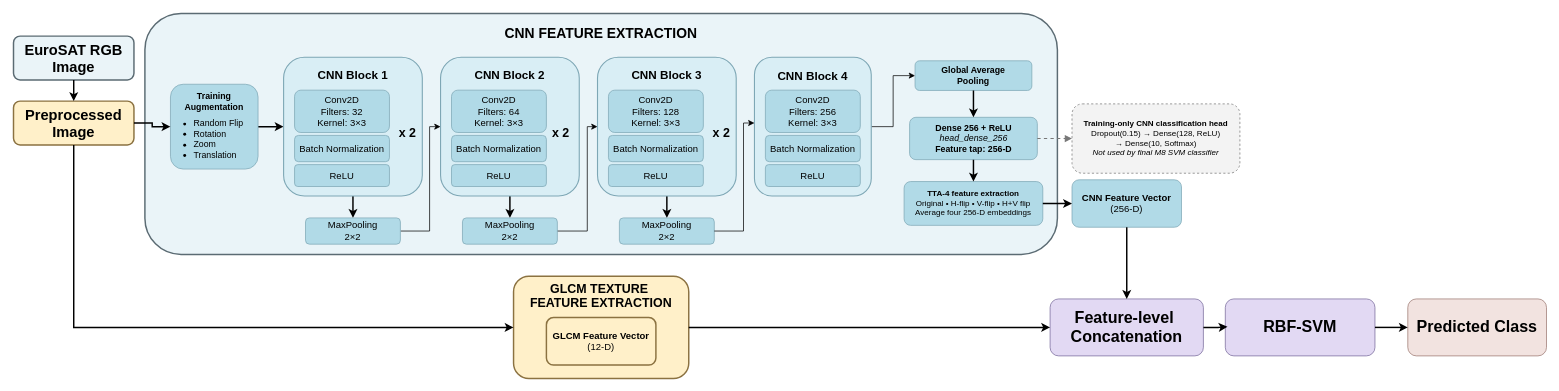
Above: m8_archi.drawio in fac010150-cyber/draw_io (draw.io), before the change. Source tidied: cells renumbered, new cells numbered last; positions are measured from the earlier drawing's top-left corner, leaving out a move shared by most shapes. Both pictures are drawn from the tidied source at 73%, with x=0, y=0 at pixel (13, 13).
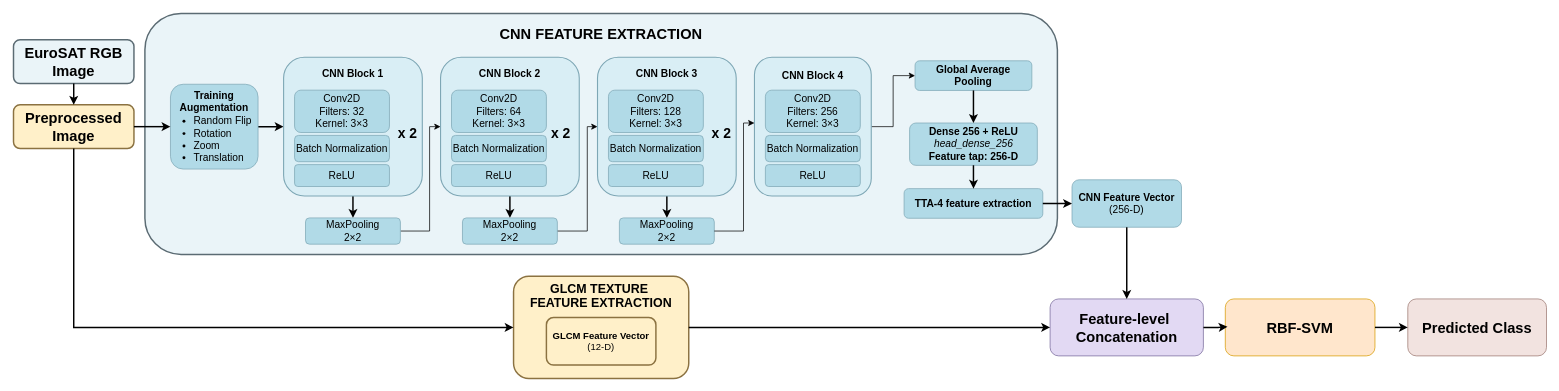
The same page after the edit.

What changed in the source:
```diff
@@
     <mxCell id="2" value="&lt;span&gt;EuroSAT RGB Image&lt;/span&gt;" style="rounded=1;whiteSpace=wrap;html=1;fillColor=#EAF4F8;strokeColor=#5B6B73;strokeWidth=2;fontSize=20;fontStyle=1;" parent="1" vertex="1">
-      <mxGeometry y="31" width="165" height="60" as="geometry" />
+      <mxGeometry y="36" width="165" height="60" as="geometry" />
     </mxCell>
     <mxCell id="3" value="&lt;div&gt;&lt;font&gt;&lt;span&gt;Preprocessed&lt;/span&gt;&lt;/font&gt;&lt;/div&gt;&lt;div&gt;&lt;font&gt;&lt;span&gt;Image&lt;/span&gt;&lt;/font&gt;&lt;/div&gt;" style="rounded=1;whiteSpace=wrap;html=1;fillColor=#FFF0C9;strokeColor=#8B7241;strokeWidth=2;fontSize=20;fontStyle=1;" parent="1" vertex="1">
-      <mxGeometry y="120" width="165" height="60" as="geometry" />
+      <mxGeometry y="125" width="165" height="60" as="geometry" />
     </mxCell>
@@
-    <mxCell id="5" value="&lt;b&gt;CNN FEATURE EXTRACTION&lt;/b&gt;" style="text;html=1;whiteSpace=wrap;strokeColor=none;fillColor=none;fontStyle=1;fontSize=19;align=center;" parent="1" vertex="1">
+    <mxCell id="5" value="&lt;b&gt;CNN FEATURE EXTRACTION&lt;/b&gt;" style="text;html=1;whiteSpace=wrap;strokeColor=none;fillColor=none;fontStyle=1;fontSize=20;align=center;" parent="1" vertex="1">
       <mxGeometry x="635" y="10" width="340" height="30" as="geometry" />
     </mxCell>
-    <mxCell id="6" style="edgeStyle=orthogonalEdgeStyle;rounded=0;jettySize=auto;html=1;entryX=0;entryY=0.5;entryDx=0;entryDy=0;strokeWidth=2;" parent="1" edge="1" source="7" target="28">
+    <mxCell id="6" style="edgeStyle=orthogonalEdgeStyle;rounded=0;jettySize=auto;html=1;entryX=0;entryY=0.5;entryDx=0;entryDy=0;strokeWidth=2;fontSize=14;" parent="1" edge="1" source="7" target="28">
       <mxGeometry relative="1" as="geometry" />
     </mxCell>
-    <mxCell id="7" style="rounded=1;whiteSpace=wrap;html=1;fillColor=#B1DAE7;strokeColor=#7EA7B5;fontSize=12;" parent="1" vertex="1">
+    <mxCell id="7" style="rounded=1;whiteSpace=wrap;html=1;fillColor=#B1DAE7;strokeColor=#7EA7B5;fontSize=14;" parent="1" vertex="1">
       <mxGeometry x="215" y="96.9" width="120" height="116.2" as="geometry" />
     </mxCell>
-    <mxCell id="8" value="&lt;b&gt;Global Average&lt;br&gt;Pooling&lt;/b&gt;" style="rounded=1;whiteSpace=wrap;html=1;fillColor=#B1DAE7;strokeColor=#7EA7B5;fontSize=12;" parent="1" vertex="1">
+    <mxCell id="8" value="&lt;b&gt;Global Average&lt;br&gt;Pooling&lt;/b&gt;" style="rounded=1;whiteSpace=wrap;html=1;fillColor=#B1DAE7;strokeColor=#7EA7B5;fontSize=14;" parent="1" vertex="1">
       <mxGeometry x="1235" y="64.8" width="160" height="40.6" as="geometry" />
     </mxCell>
-    <mxCell id="9" value="&lt;b&gt;Dense 256 + ReLU&lt;/b&gt;&lt;br&gt;&lt;i&gt;head_dense_256&lt;/i&gt;&lt;br&gt;&lt;b&gt;Feature tap: 256-D&lt;/b&gt;" style="rounded=1;whiteSpace=wrap;html=1;fillColor=#B1DAE7;strokeColor=#7EA7B5;fontSize=12;" parent="1" vertex="1">
-      <mxGeometry x="1227.5" y="142.2" width="175" height="58" as="geometry" />
+    <mxCell id="9" value="&lt;b&gt;Dense 256 + ReLU&lt;/b&gt;&lt;br&gt;&lt;i&gt;head_dense_256&lt;/i&gt;&lt;br&gt;&lt;b&gt;Feature tap: 256-D&lt;/b&gt;" style="rounded=1;whiteSpace=wrap;html=1;fillColor=#B1DAE7;strokeColor=#7EA7B5;fontSize=14;" parent="1" vertex="1">
+      <mxGeometry x="1227.5" y="150" width="175" height="58" as="geometry" />
     </mxCell>
-    <mxCell id="10" value="&lt;b&gt;TTA-4 feature extraction&lt;/b&gt;&lt;br&gt;Original • H-flip • V-flip • H+V flip&lt;br&gt;Average four 256-D embeddings" style="rounded=1;whiteSpace=wrap;html=1;fillColor=#B1DAE7;strokeColor=#7EA7B5;fontSize=11;" parent="1" vertex="1">
-      <mxGeometry x="1220" y="230.2" width="190" height="60" as="geometry" />
+    <mxCell id="10" value="&lt;b&gt;TTA-4 feature extraction&lt;/b&gt;" style="rounded=1;whiteSpace=wrap;html=1;fillColor=#B1DAE7;strokeColor=#7EA7B5;fontSize=14;" parent="1" vertex="1">
+      <mxGeometry x="1220" y="239.9" width="190" height="40.6" as="geometry" />
     </mxCell>
-    <mxCell id="11" value="&lt;b&gt;CNN Feature Vector&lt;/b&gt;&lt;br&gt;(256-D)" style="rounded=1;whiteSpace=wrap;html=1;fillColor=#B1DAE7;strokeColor=#7EA7B5;fontSize=13;" parent="1" vertex="1">
+    <mxCell id="11" value="&lt;b&gt;CNN Feature Vector&lt;/b&gt;&lt;br&gt;(256-D)" style="rounded=1;whiteSpace=wrap;html=1;fillColor=#B1DAE7;strokeColor=#7EA7B5;fontSize=14;" parent="1" vertex="1">
       <mxGeometry x="1450" y="227.8" width="150" height="65" as="geometry" />
     </mxCell>
@@
-    <mxCell id="15" value="&lt;div&gt;&lt;b&gt;Feature-level&amp;nbsp;&lt;/b&gt;&lt;/div&gt;&lt;div&gt;&lt;b&gt;Concatenation&lt;/b&gt;&lt;/div&gt;" style="rounded=1;whiteSpace=wrap;html=1;fillColor=#E2D9F3;strokeColor=#76689A;fontSize=22;fontStyle=1;" parent="1" vertex="1">
+    <mxCell id="15" value="&lt;div&gt;&lt;b&gt;Feature-level&amp;nbsp;&lt;/b&gt;&lt;/div&gt;&lt;div&gt;&lt;b&gt;Concatenation&lt;/b&gt;&lt;/div&gt;" style="rounded=1;whiteSpace=wrap;html=1;fillColor=#E2D9F3;strokeColor=#76689A;fontSize=20;fontStyle=1;" parent="1" vertex="1">
       <mxGeometry x="1420" y="391" width="210" height="78" as="geometry" />
     </mxCell>
-    <mxCell id="16" value="&lt;b&gt;RBF-SVM&lt;/b&gt;" style="rounded=1;whiteSpace=wrap;html=1;fillColor=#E2D9F3;strokeColor=#76689A;fontSize=22;fontStyle=1;" parent="1" vertex="1">
+    <mxCell id="16" value="&lt;b&gt;RBF-SVM&lt;/b&gt;" style="rounded=1;whiteSpace=wrap;html=1;fillColor=#ffe6cc;strokeColor=#d79b00;fontSize=20;fontStyle=1;" parent="1" vertex="1">
       <mxGeometry x="1660" y="391" width="205" height="78" as="geometry" />
     </mxCell>
-    <mxCell id="17" value="&lt;b&gt;Predicted Class&lt;/b&gt;" style="rounded=1;whiteSpace=wrap;html=1;fillColor=#F2E3E0;strokeColor=#9B7770;fontSize=22;fontStyle=1;" parent="1" vertex="1">
+    <mxCell id="17" value="&lt;b&gt;Predicted Class&lt;/b&gt;" style="rounded=1;whiteSpace=wrap;html=1;fillColor=#F2E3E0;strokeColor=#9B7770;fontSize=20;fontStyle=1;" parent="1" vertex="1">
       <mxGeometry x="1910" y="391" width="190" height="78" as="geometry" />
     </mxCell>
@@
-    <mxCell id="20" style="edgeStyle=orthogonalEdgeStyle;rounded=0;jettySize=auto;html=1;strokeWidth=2;endArrow=classic;" parent="1" edge="1" source="8" target="9">
+    <mxCell id="20" style="edgeStyle=orthogonalEdgeStyle;rounded=0;jettySize=auto;html=1;strokeWidth=2;endArrow=classic;fontSize=14;" parent="1" edge="1" source="8" target="9">
       <mxGeometry relative="1" as="geometry" />
     </mxCell>
-    <mxCell id="21" style="edgeStyle=orthogonalEdgeStyle;rounded=0;jettySize=auto;html=1;strokeWidth=2;endArrow=classic;" parent="1" edge="1" source="9" target="10">
+    <mxCell id="21" style="edgeStyle=orthogonalEdgeStyle;rounded=0;jettySize=auto;html=1;strokeWidth=2;endArrow=classic;fontSize=14;" parent="1" edge="1" source="9" target="10">
       <mxGeometry relative="1" as="geometry" />
     </mxCell>
-    <mxCell id="22" style="edgeStyle=orthogonalEdgeStyle;rounded=0;jettySize=auto;html=1;strokeWidth=2;endArrow=classic;" parent="1" edge="1" source="10" target="11">
+    <mxCell id="22" style="edgeStyle=orthogonalEdgeStyle;rounded=0;jettySize=auto;html=1;strokeWidth=2;endArrow=classic;fontSize=14;" parent="1" edge="1" source="10" target="11">
       <mxGeometry relative="1" as="geometry" />
     </mxCell>
@@
-    <mxCell id="27" style="edgeStyle=orthogonalEdgeStyle;rounded=0;jettySize=auto;html=1;strokeWidth=2;" parent="1" edge="1" source="28" target="34">
+    <mxCell id="27" style="edgeStyle=orthogonalEdgeStyle;rounded=0;jettySize=auto;html=1;strokeWidth=2;fontSize=14;" parent="1" edge="1" source="28" target="34">
       <mxGeometry relative="1" as="geometry" />
     </mxCell>
-    <mxCell id="28" style="rounded=1;whiteSpace=wrap;html=1;fillColor=#D9EEF5;strokeColor=#7EA7B5;strokeWidth=1.5;" parent="1" vertex="1">
+    <mxCell id="28" style="rounded=1;whiteSpace=wrap;html=1;fillColor=#D9EEF5;strokeColor=#7EA7B5;strokeWidth=1.5;fontSize=14;" parent="1" vertex="1">
       <mxGeometry x="370" y="60" width="190" height="190" as="geometry" />
     </mxCell>
-    <mxCell id="29" value="CNN Block 1" style="text;html=1;whiteSpace=wrap;strokeColor=none;fillColor=none;fontStyle=1;fontSize=16;align=center;" parent="1" vertex="1">
+    <mxCell id="29" value="CNN Block 1" style="text;html=1;whiteSpace=wrap;strokeColor=none;fillColor=none;fontStyle=1;fontSize=14;align=center;" parent="1" vertex="1">
       <mxGeometry x="400" y="67.5" width="130" height="28" as="geometry" />
     </mxCell>
-    <mxCell id="30" value="Conv2D&lt;br&gt;Filters: 32&lt;br&gt;Kernel: 3×3" style="rounded=1;whiteSpace=wrap;html=1;fillColor=#B1DAE7;strokeColor=#7EA7B5;fontSize=13;" parent="1" vertex="1">
+    <mxCell id="30" value="Conv2D&lt;br&gt;Filters: 32&lt;br&gt;Kernel: 3×3" style="rounded=1;whiteSpace=wrap;html=1;fillColor=#B1DAE7;strokeColor=#7EA7B5;fontSize=14;" parent="1" vertex="1">
       <mxGeometry x="385" y="105" width="130" height="58" as="geometry" />
     </mxCell>
-    <mxCell id="31" value="Batch Normalization" style="rounded=1;whiteSpace=wrap;html=1;fillColor=#B1DAE7;strokeColor=#7EA7B5;fontSize=13;" parent="1" vertex="1">
+    <mxCell id="31" value="Batch Normalization" style="rounded=1;whiteSpace=wrap;html=1;fillColor=#B1DAE7;strokeColor=#7EA7B5;fontSize=14;" parent="1" vertex="1">
       <mxGeometry x="385" y="167" width="130" height="36" as="geometry" />
     </mxCell>
-    <mxCell id="32" value="ReLU" style="rounded=1;whiteSpace=wrap;html=1;fillColor=#B1DAE7;strokeColor=#7EA7B5;fontSize=13;" parent="1" vertex="1">
+    <mxCell id="32" value="ReLU" style="rounded=1;whiteSpace=wrap;html=1;fillColor=#B1DAE7;strokeColor=#7EA7B5;fontSize=14;" parent="1" vertex="1">
       <mxGeometry x="385" y="207" width="130" height="30" as="geometry" />
     </mxCell>
-    <mxCell id="33" style="edgeStyle=orthogonalEdgeStyle;rounded=0;jettySize=auto;html=1;entryX=0;entryY=0.5;entryDx=0;entryDy=0;strokeWidth=1;" parent="1" edge="1" source="34" target="43">
+    <mxCell id="33" style="edgeStyle=orthogonalEdgeStyle;rounded=0;jettySize=auto;html=1;entryX=0;entryY=0.5;entryDx=0;entryDy=0;strokeWidth=1;fontSize=14;" parent="1" edge="1" source="34" target="43">
       <mxGeometry relative="1" as="geometry">
         <Array as="points">
           <mxPoint x="570" y="298" />
           <mxPoint x="570" y="155" />
         </Array>
       </mxGeometry>
     </mxCell>
-    <mxCell id="34" value="MaxPooling&lt;br&gt;2×2" style="rounded=1;whiteSpace=wrap;html=1;fillColor=#B1DAE7;strokeColor=#7EA7B5;fontSize=13;" parent="1" vertex="1">
+    <mxCell id="34" value="MaxPooling&lt;br&gt;2×2" style="rounded=1;whiteSpace=wrap;html=1;fillColor=#B1DAE7;strokeColor=#7EA7B5;fontSize=14;" parent="1" vertex="1">
       <mxGeometry x="400" y="280" width="130" height="36" as="geometry" />
     </mxCell>
-    <mxCell id="35" style="edgeStyle=orthogonalEdgeStyle;rounded=0;jettySize=auto;html=1;entryX=0;entryY=0.5;entryDx=0;entryDy=0;" parent="1" edge="1" source="36" target="8">
+    <mxCell id="35" style="edgeStyle=orthogonalEdgeStyle;rounded=0;jettySize=auto;html=1;entryX=0;entryY=0.5;entryDx=0;entryDy=0;fontSize=14;" parent="1" edge="1" source="36" target="8">
       <mxGeometry relative="1" as="geometry" />
     </mxCell>
-    <mxCell id="36" style="rounded=1;whiteSpace=wrap;html=1;fillColor=#D9EEF5;strokeColor=#7EA7B5;strokeWidth=1.5;" parent="1" vertex="1">
+    <mxCell id="36" style="rounded=1;whiteSpace=wrap;html=1;fillColor=#D9EEF5;strokeColor=#7EA7B5;strokeWidth=1.5;fontSize=14;" parent="1" vertex="1">
       <mxGeometry x="1015" y="60" width="160" height="190" as="geometry" />
     </mxCell>
-    <mxCell id="37" value="CNN Block 4" style="text;html=1;whiteSpace=wrap;strokeColor=none;fillColor=none;fontStyle=1;fontSize=16;align=center;" parent="1" vertex="1">
+    <mxCell id="37" value="CNN Block 4" style="text;html=1;whiteSpace=wrap;strokeColor=none;fillColor=none;fontStyle=1;fontSize=14;align=center;" parent="1" vertex="1">
       <mxGeometry x="1030" y="70" width="130" height="28" as="geometry" />
     </mxCell>
-    <mxCell id="38" value="Conv2D&lt;br&gt;Filters: 256&lt;br&gt;Kernel: 3×3" style="rounded=1;whiteSpace=wrap;html=1;fillColor=#B1DAE7;strokeColor=#7EA7B5;fontSize=13;" parent="1" vertex="1">
+    <mxCell id="38" value="Conv2D&lt;br&gt;Filters: 256&lt;br&gt;Kernel: 3×3" style="rounded=1;whiteSpace=wrap;html=1;fillColor=#B1DAE7;strokeColor=#7EA7B5;fontSize=14;" parent="1" vertex="1">
       <mxGeometry x="1030" y="105" width="130" height="58" as="geometry" />
     </mxCell>
-    <mxCell id="39" value="Batch Normalization" style="rounded=1;whiteSpace=wrap;html=1;fillColor=#B1DAE7;strokeColor=#7EA7B5;fontSize=13;" parent="1" vertex="1">
+    <mxCell id="39" value="Batch Normalization" style="rounded=1;whiteSpace=wrap;html=1;fillColor=#B1DAE7;strokeColor=#7EA7B5;fontSize=14;" parent="1" vertex="1">
       <mxGeometry x="1030" y="167" width="130" height="36" as="geometry" />
     </mxCell>
-    <mxCell id="40" value="ReLU" style="rounded=1;whiteSpace=wrap;html=1;fillColor=#B1DAE7;strokeColor=#7EA7B5;fontSize=13;" parent="1" vertex="1">
+    <mxCell id="40" value="ReLU" style="rounded=1;whiteSpace=wrap;html=1;fillColor=#B1DAE7;strokeColor=#7EA7B5;fontSize=14;" parent="1" vertex="1">
       <mxGeometry x="1030" y="207" width="130" height="30" as="geometry" />
     </mxCell>
-    <mxCell id="41" value="&lt;b&gt;&lt;font style=&quot;font-size: 17px;&quot;&gt;x 2&lt;/font&gt;&lt;/b&gt;" style="text;html=1;whiteSpace=wrap;strokeColor=none;fillColor=none;align=center;verticalAlign=middle;rounded=0;" parent="1" vertex="1">
+    <mxCell id="41" value="&lt;b&gt;&lt;font style=&quot;font-size: 19px;&quot;&gt;x 2&lt;/font&gt;&lt;/b&gt;" style="text;html=1;whiteSpace=wrap;strokeColor=none;fillColor=none;align=center;verticalAlign=middle;rounded=0;fontSize=14;" parent="1" vertex="1">
       <mxGeometry x="510" y="150" width="60" height="30" as="geometry" />
     </mxCell>
-    <mxCell id="42" style="edgeStyle=orthogonalEdgeStyle;rounded=0;jettySize=auto;html=1;strokeWidth=2;" parent="1" edge="1" source="43" target="49">
+    <mxCell id="42" style="edgeStyle=orthogonalEdgeStyle;rounded=0;jettySize=auto;html=1;strokeWidth=2;fontSize=14;" parent="1" edge="1" source="43" target="49">
       <mxGeometry relative="1" as="geometry" />
     </mxCell>
-    <mxCell id="43" style="rounded=1;whiteSpace=wrap;html=1;fillColor=#D9EEF5;strokeColor=#7EA7B5;strokeWidth=1.5;" parent="1" vertex="1">
+    <mxCell id="43" style="rounded=1;whiteSpace=wrap;html=1;fillColor=#D9EEF5;strokeColor=#7EA7B5;strokeWidth=1.5;fontSize=14;" parent="1" vertex="1">
       <mxGeometry x="585" y="60" width="190" height="190" as="geometry" />
     </mxCell>
-    <mxCell id="44" value="CNN Block 2" style="text;html=1;whiteSpace=wrap;strokeColor=none;fillColor=none;fontStyle=1;fontSize=16;align=center;" parent="1" vertex="1">
+    <mxCell id="44" value="CNN Block 2" style="text;html=1;whiteSpace=wrap;strokeColor=none;fillColor=none;fontStyle=1;fontSize=14;align=center;" parent="1" vertex="1">
       <mxGeometry x="615" y="67.5" width="130" height="28" as="geometry" />
     </mxCell>
-    <mxCell id="45" value="Conv2D&lt;br&gt;Filters: 64&lt;br&gt;Kernel: 3×3" style="rounded=1;whiteSpace=wrap;html=1;fillColor=#B1DAE7;strokeColor=#7EA7B5;fontSize=13;" parent="1" vertex="1">
+    <mxCell id="45" value="Conv2D&lt;br&gt;Filters: 64&lt;br&gt;Kernel: 3×3" style="rounded=1;whiteSpace=wrap;html=1;fillColor=#B1DAE7;strokeColor=#7EA7B5;fontSize=14;" parent="1" vertex="1">
       <mxGeometry x="600" y="105" width="130" height="58" as="geometry" />
     </mxCell>
-    <mxCell id="46" value="Batch Normalization" style="rounded=1;whiteSpace=wrap;html=1;fillColor=#B1DAE7;strokeColor=#7EA7B5;fontSize=13;" parent="1" vertex="1">
+    <mxCell id="46" value="Batch Normalization" style="rounded=1;whiteSpace=wrap;html=1;fillColor=#B1DAE7;strokeColor=#7EA7B5;fontSize=14;" parent="1" vertex="1">
       <mxGeometry x="600" y="167" width="130" height="36" as="geometry" />
     </mxCell>
-    <mxCell id="47" value="ReLU" style="rounded=1;whiteSpace=wrap;html=1;fillColor=#B1DAE7;strokeColor=#7EA7B5;fontSize=13;" parent="1" vertex="1">
+    <mxCell id="47" value="ReLU" style="rounded=1;whiteSpace=wrap;html=1;fillColor=#B1DAE7;strokeColor=#7EA7B5;fontSize=14;" parent="1" vertex="1">
       <mxGeometry x="600" y="207" width="130" height="30" as="geometry" />
     </mxCell>
-    <mxCell id="48" style="edgeStyle=orthogonalEdgeStyle;rounded=0;jettySize=auto;html=1;entryX=0;entryY=0.5;entryDx=0;entryDy=0;" parent="1" edge="1" target="52">
+    <mxCell id="48" style="edgeStyle=orthogonalEdgeStyle;rounded=0;jettySize=auto;html=1;entryX=0;entryY=0.5;entryDx=0;entryDy=0;fontSize=14;" parent="1" edge="1" target="52">
       <mxGeometry x="-0.02" relative="1" as="geometry">
         <mxPoint x="741" y="298" as="sourcePoint" />
         <Array as="points">
           <mxPoint x="786" y="298" />
           <mxPoint x="786" y="155" />
         </Array>
       </mxGeometry>
     </mxCell>
-    <mxCell id="49" value="MaxPooling&lt;br&gt;2×2" style="rounded=1;whiteSpace=wrap;html=1;fillColor=#B1DAE7;strokeColor=#7EA7B5;fontSize=13;" parent="1" vertex="1">
+    <mxCell id="49" value="MaxPooling&lt;br&gt;2×2" style="rounded=1;whiteSpace=wrap;html=1;fillColor=#B1DAE7;strokeColor=#7EA7B5;fontSize=14;" parent="1" vertex="1">
       <mxGeometry x="615" y="280" width="130" height="36" as="geometry" />
     </mxCell>
-    <mxCell id="50" value="&lt;b&gt;&lt;font style=&quot;font-size: 17px;&quot;&gt;x 2&lt;/font&gt;&lt;/b&gt;" style="text;html=1;whiteSpace=wrap;strokeColor=none;fillColor=none;align=center;verticalAlign=middle;rounded=0;" parent="1" vertex="1">
+    <mxCell id="50" value="&lt;b&gt;&lt;font style=&quot;font-size: 19px;&quot;&gt;x 2&lt;/font&gt;&lt;/b&gt;" style="text;html=1;whiteSpace=wrap;strokeColor=none;fillColor=none;align=center;verticalAlign=middle;rounded=0;fontSize=14;" parent="1" vertex="1">
       <mxGeometry x="720" y="150" width="60" height="30" as="geometry" />
     </mxCell>
-    <mxCell id="51" style="edgeStyle=orthogonalEdgeStyle;rounded=0;jettySize=auto;html=1;strokeWidth=2;" parent="1" edge="1" source="52" target="57">
+    <mxCell id="51" style="edgeStyle=orthogonalEdgeStyle;rounded=0;jettySize=auto;html=1;strokeWidth=2;fontSize=14;" parent="1" edge="1" source="52" target="57">
       <mxGeometry relative="1" as="geometry" />
     </mxCell>
-    <mxCell id="52" style="rounded=1;whiteSpace=wrap;html=1;fillColor=#D9EEF5;strokeColor=#7EA7B5;strokeWidth=1.5;" parent="1" vertex="1">
+    <mxCell id="52" style="rounded=1;whiteSpace=wrap;html=1;fillColor=#D9EEF5;strokeColor=#7EA7B5;strokeWidth=1.5;fontSize=14;" parent="1" vertex="1">
       <mxGeometry x="800" y="60" width="190" height="190" as="geometry" />
     </mxCell>
-    <mxCell id="53" value="CNN Block 3" style="text;html=1;whiteSpace=wrap;strokeColor=none;fillColor=none;fontStyle=1;fontSize=16;align=center;" parent="1" vertex="1">
+    <mxCell id="53" value="CNN Block 3" style="text;html=1;whiteSpace=wrap;strokeColor=none;fillColor=none;fontStyle=1;fontSize=14;align=center;" parent="1" vertex="1">
       <mxGeometry x="830" y="67.5" width="130" height="28" as="geometry" />
     </mxCell>
-    <mxCell id="54" value="Conv2D&lt;br&gt;Filters: 128&lt;br&gt;Kernel: 3×3" style="rounded=1;whiteSpace=wrap;html=1;fillColor=#B1DAE7;strokeColor=#7EA7B5;fontSize=13;" parent="1" vertex="1">
+    <mxCell id="54" value="Conv2D&lt;br&gt;Filters: 128&lt;br&gt;Kernel: 3×3" style="rounded=1;whiteSpace=wrap;html=1;fillColor=#B1DAE7;strokeColor=#7EA7B5;fontSize=14;" parent="1" vertex="1">
       <mxGeometry x="815" y="105" width="130" height="58" as="geometry" />
     </mxCell>
-    <mxCell id="55" value="Batch Normalization" style="rounded=1;whiteSpace=wrap;html=1;fillColor=#B1DAE7;strokeColor=#7EA7B5;fontSize=13;" parent="1" vertex="1">
+    <mxCell id="55" value="Batch Normalization" style="rounded=1;whiteSpace=wrap;html=1;fillColor=#B1DAE7;strokeColor=#7EA7B5;fontSize=14;" parent="1" vertex="1">
       <mxGeometry x="815" y="167" width="130" height="36" as="geometry" />
     </mxCell>
-    <mxCell id="56" value="ReLU" style="rounded=1;whiteSpace=wrap;html=1;fillColor=#B1DAE7;strokeColor=#7EA7B5;fontSize=13;" parent="1" vertex="1">
+    <mxCell id="56" value="ReLU" style="rounded=1;whiteSpace=wrap;html=1;fillColor=#B1DAE7;strokeColor=#7EA7B5;fontSize=14;" parent="1" vertex="1">
       <mxGeometry x="815" y="207" width="130" height="30" as="geometry" />
     </mxCell>
-    <mxCell id="57" value="MaxPooling&lt;br&gt;2×2" style="rounded=1;whiteSpace=wrap;html=1;fillColor=#B1DAE7;strokeColor=#7EA7B5;fontSize=13;" parent="1" vertex="1">
+    <mxCell id="57" value="MaxPooling&lt;br&gt;2×2" style="rounded=1;whiteSpace=wrap;html=1;fillColor=#B1DAE7;strokeColor=#7EA7B5;fontSize=14;" parent="1" vertex="1">
       <mxGeometry x="830" y="280" width="130" height="36" as="geometry" />
     </mxCell>
-    <mxCell id="58" value="&lt;b&gt;&lt;font style=&quot;font-size: 17px;&quot;&gt;x 2&lt;/font&gt;&lt;/b&gt;" style="text;html=1;whiteSpace=wrap;strokeColor=none;fillColor=none;align=center;verticalAlign=middle;rounded=0;" parent="1" vertex="1">
+    <mxCell id="58" value="&lt;b&gt;&lt;font style=&quot;font-size: 19px;&quot;&gt;x 2&lt;/font&gt;&lt;/b&gt;" style="text;html=1;whiteSpace=wrap;strokeColor=none;fillColor=none;align=center;verticalAlign=middle;rounded=0;fontSize=14;" parent="1" vertex="1">
       <mxGeometry x="940" y="150" width="60" height="30" as="geometry" />
     </mxCell>
-    <mxCell id="59" value="&lt;ul&gt;&lt;li align=&quot;left&quot;&gt;Random&amp;nbsp;Flip&amp;nbsp;&lt;/li&gt;&lt;li align=&quot;left&quot;&gt;Rotation&amp;nbsp;&lt;/li&gt;&lt;li align=&quot;left&quot;&gt;Zoom&amp;nbsp;&lt;/li&gt;&lt;li align=&quot;left&quot;&gt;Translation&lt;/li&gt;&lt;/ul&gt;" style="text;html=1;whiteSpace=wrap;strokeColor=none;fillColor=none;align=left;verticalAlign=middle;rounded=0;" parent="1" vertex="1">
+    <mxCell id="59" value="&lt;ul&gt;&lt;li align=&quot;left&quot;&gt;Random&amp;nbsp;Flip&amp;nbsp;&lt;/li&gt;&lt;li align=&quot;left&quot;&gt;Rotation&amp;nbsp;&lt;/li&gt;&lt;li align=&quot;left&quot;&gt;Zoom&amp;nbsp;&lt;/li&gt;&lt;li align=&quot;left&quot;&gt;Translation&lt;/li&gt;&lt;/ul&gt;" style="text;html=1;whiteSpace=wrap;strokeColor=none;fillColor=none;align=left;verticalAlign=middle;rounded=0;fontSize=14;" parent="1" vertex="1">
       <mxGeometry x="205" y="130.1" width="120" height="83" as="geometry" />
     </mxCell>
-    <mxCell id="60" value="&lt;b&gt;Training Augmentation&lt;/b&gt;" style="text;html=1;whiteSpace=wrap;strokeColor=none;fillColor=none;align=center;verticalAlign=middle;rounded=0;" parent="1" vertex="1">
+    <mxCell id="60" value="&lt;b&gt;Training Augmentation&lt;/b&gt;" style="text;html=1;whiteSpace=wrap;strokeColor=none;fillColor=none;align=center;verticalAlign=middle;rounded=0;fontSize=14;" parent="1" vertex="1">
       <mxGeometry x="220" y="105.4" width="110" height="30" as="geometry" />
     </mxCell>
-    <mxCell id="61" style="edgeStyle=none;jettySize=auto;html=1;rounded=0;entryX=0;entryY=0.5;entryDx=0;entryDy=0;exitX=1;exitY=0.5;exitDx=0;exitDy=0;curved=0;" parent="1" edge="1" source="57">
+    <mxCell id="61" style="edgeStyle=none;jettySize=auto;html=1;rounded=0;entryX=0;entryY=0.5;entryDx=0;entryDy=0;exitX=1;exitY=0.5;exitDx=0;exitDy=0;curved=0;fontSize=14;" parent="1" edge="1" source="57">
       <mxGeometry x="0.01" relative="1" as="geometry">
         <mxPoint x="1015" y="150" as="targetPoint" />
         <Array as="points">
           <mxPoint x="1000" y="298" />
           <mxPoint x="1000" y="150" />
         </Array>
       </mxGeometry>
     </mxCell>
-    <mxCell id="62" value="&lt;b&gt;Training-only CNN classification head&lt;/b&gt;&lt;br&gt;Dropout(0.15) → Dense(128, ReLU)&lt;br&gt;→ Dense(10, Softmax)&lt;br&gt;&lt;i&gt;Not used by final M8 SVM classifier&lt;/i&gt;" style="rounded=1;whiteSpace=wrap;html=1;fillColor=#F3F3F3;strokeColor=#777777;dashed=1;fontSize=11;" parent="1" vertex="1">
-      <mxGeometry x="1450" y="123.8" width="230" height="95" as="geometry" />
-    </mxCell>
-    <mxCell id="63" style="edgeStyle=orthogonalEdgeStyle;rounded=0;jettySize=auto;html=1;dashed=1;strokeColor=#777777;strokeWidth=1.5;endArrow=block;endFill=1;" parent="1" edge="1" source="9" target="62">
-      <mxGeometry relative="1" as="geometry" />
-    </mxCell>
```
